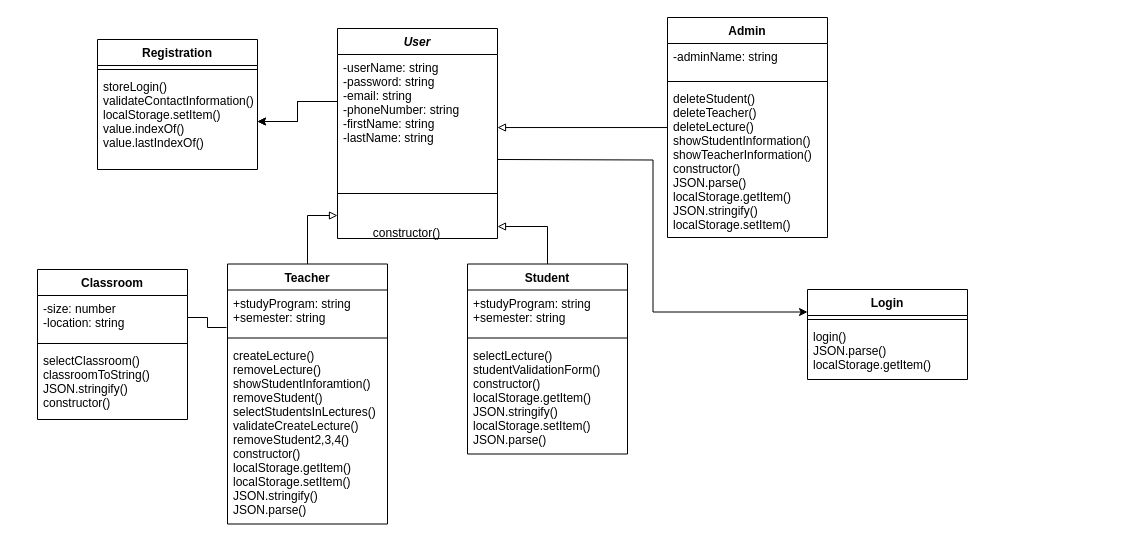
This is StudentTeach.drawio from Niklas107/Gruppeprojekt-1, a draw.io file, before an edit. Source tidied: cells renumbered, new cells numbered last; positions are measured from the earlier drawing's top-left corner, leaving out a move shared by most shapes. Both pictures are drawn from the tidied source at 100%, with x=0, y=0 at pixel (37, 17).
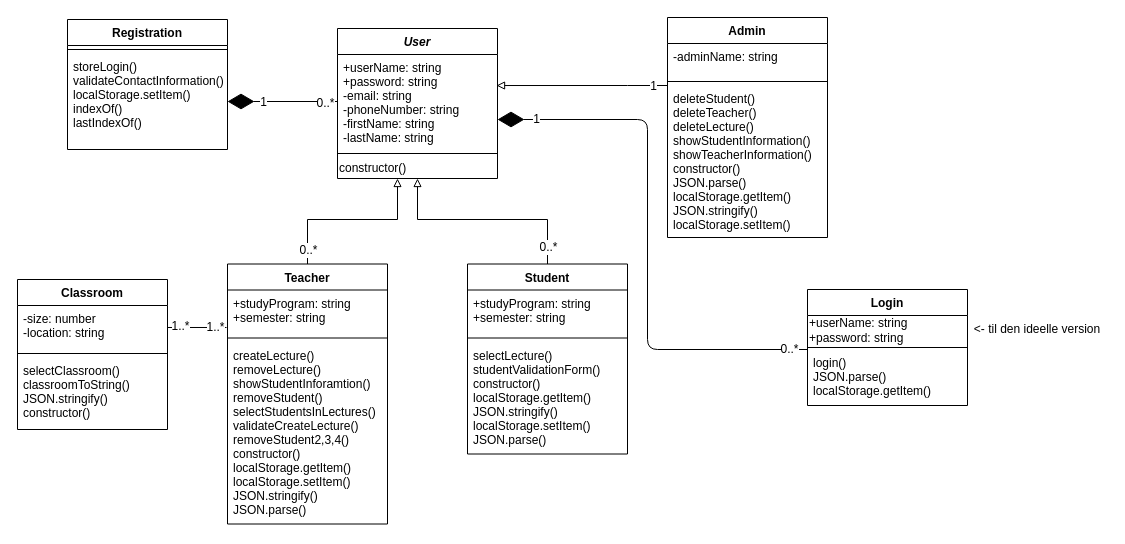
The same diagram, later.

Unchanged cells that the change refers to:
```xml
<mxCell id="8" value="Admin" style="swimlane;fontStyle=1;align=center;verticalAlign=top;horizontal=1;startSize=26;" parent="1" vertex="1">
  <mxGeometry x="630" width="160" height="220" as="geometry" />
</mxCell>
<mxCell id="12" value="Teacher" style="swimlane;fontStyle=1;align=center;verticalAlign=top;horizontal=1;startSize=26;" parent="1" vertex="1">
  <mxGeometry x="190" y="246.5" width="160" height="260" as="geometry" />
</mxCell>
<mxCell id="16" value="Student" style="swimlane;fontStyle=1;align=center;verticalAlign=top;horizontal=1;startSize=26;" parent="1" vertex="1">
  <mxGeometry x="430" y="246.5" width="160" height="190" as="geometry" />
</mxCell>
<mxCell id="33" style="edgeStyle=orthogonalEdgeStyle;rounded=0;jettySize=auto;html=1;entryX=-0.006;entryY=0.852;entryDx=0;entryDy=0;entryPerimeter=0;startArrow=none;startFill=0;endArrow=none;endFill=0;" parent="1" edge="1" source="21" target="13">
  <mxGeometry relative="1" as="geometry" />
</mxCell>
```

What changed in the source:
```diff
@@
     <mxCell id="2" style="edgeStyle=orthogonalEdgeStyle;rounded=0;jettySize=auto;html=1;startArrow=block;startFill=0;endArrow=none;endFill=0;" parent="1" edge="1" source="5" target="16">
       <mxGeometry relative="1" as="geometry">
         <Array as="points">
-          <mxPoint x="380" y="209" />
-          <mxPoint x="510" y="209" />
+          <mxPoint x="380" y="202" />
+          <mxPoint x="510" y="202" />
         </Array>
       </mxGeometry>
     </mxCell>
+    <mxCell id="35" value="0..*" style="text;html=1;align=center;verticalAlign=middle;labelBackgroundColor=#ffffff;" parent="2" vertex="1">
+      <mxGeometry x="0.84" relative="1" as="geometry" />
+    </mxCell>
     <mxCell id="3" style="edgeStyle=orthogonalEdgeStyle;rounded=0;jettySize=auto;html=1;startArrow=block;startFill=0;endArrow=none;endFill=0;" parent="1" edge="1" source="5" target="12">
       <mxGeometry relative="1" as="geometry">
         <Array as="points">
-          <mxPoint x="360" y="198" />
-          <mxPoint x="270" y="198" />
+          <mxPoint x="360" y="202" />
+          <mxPoint x="270" y="202" />
         </Array>
       </mxGeometry>
     </mxCell>
+    <mxCell id="36" value="0..*" style="text;html=1;align=center;verticalAlign=middle;labelBackgroundColor=#ffffff;" parent="3" vertex="1">
+      <mxGeometry x="0.83" relative="1" as="geometry" />
+    </mxCell>
-    <mxCell id="4" style="edgeStyle=orthogonalEdgeStyle;rounded=0;jettySize=auto;html=1;startArrow=block;startFill=0;endArrow=none;endFill=0;exitX=1;exitY=0.777;exitDx=0;exitDy=0;exitPerimeter=0;" parent="1" edge="1" source="6" target="8">
-      <mxGeometry relative="1" as="geometry" />
+    <mxCell id="4" style="edgeStyle=orthogonalEdgeStyle;rounded=0;jettySize=auto;html=1;startArrow=block;startFill=0;endArrow=none;endFill=0;exitX=0.994;exitY=0.33;exitDx=0;exitDy=0;exitPerimeter=0;" parent="1" edge="1" source="6" target="8">
+      <mxGeometry relative="1" as="geometry">
+        <Array as="points">
+          <mxPoint x="590" y="68" />
+          <mxPoint x="590" y="68" />
+        </Array>
+      </mxGeometry>
     </mxCell>
+    <mxCell id="37" value="1" style="text;html=1;align=center;verticalAlign=middle;labelBackgroundColor=#ffffff;" parent="4" vertex="1">
+      <mxGeometry x="0.82" relative="1" as="geometry" />
+    </mxCell>
     <mxCell id="5" value="User" style="swimlane;fontStyle=3;align=center;verticalAlign=top;horizontal=1;startSize=26;" parent="1" vertex="1">
-      <mxGeometry x="300" y="11" width="160" height="210" as="geometry" />
+      <mxGeometry x="300" y="11" width="160" height="150" as="geometry" />
     </mxCell>
-    <mxCell id="6" value="-userName: string&#10;-password: string&#10;-email: string&#10;-phoneNumber: string&#10;-firstName: string&#10;-lastName: string&#10;" style="text;strokeColor=none;fillColor=none;align=left;verticalAlign=top;spacingLeft=4;spacingRight=4;overflow=hidden;points=[[0,0.5],[1,0.5]];portConstraint=eastwest;" parent="5" vertex="1">
+    <mxCell id="6" value="+userName: string&#10;+password: string&#10;-email: string&#10;-phoneNumber: string&#10;-firstName: string&#10;-lastName: string&#10;" style="text;strokeColor=none;fillColor=none;align=left;verticalAlign=top;spacingLeft=4;spacingRight=4;overflow=hidden;points=[[0,0.5],[1,0.5]];portConstraint=eastwest;" parent="5" vertex="1">
       <mxGeometry y="26" width="160" height="94" as="geometry" />
     </mxCell>
     <mxCell id="7" style="line;strokeWidth=1;fillColor=none;align=left;verticalAlign=middle;spacingTop=-1;spacingLeft=3;spacingRight=3;labelPosition=right;" parent="5" vertex="1">
-      <mxGeometry y="120" width="160" height="90" as="geometry" />
+      <mxGeometry y="120" width="160" height="10" as="geometry" />
     </mxCell>
+    <mxCell id="34" value="constructor()" style="text;html=1;align=left;verticalAlign=middle;" parent="5" vertex="1">
+      <mxGeometry y="130" width="160" height="20" as="geometry" />
+    </mxCell>
@@
     <mxCell id="20" value="Classroom" style="swimlane;fontStyle=1;align=center;verticalAlign=top;horizontal=1;startSize=26;" parent="1" vertex="1">
-      <mxGeometry y="252" width="150" height="150" as="geometry" />
+      <mxGeometry x="-20" y="262" width="150" height="150" as="geometry" />
     </mxCell>
@@
     <mxCell id="24" value="Login" style="swimlane;fontStyle=1;align=center;verticalAlign=top;horizontal=1;startSize=26;" parent="1" vertex="1">
-      <mxGeometry x="770" y="272" width="160" height="90" as="geometry" />
+      <mxGeometry x="770" y="272" width="160" height="116" as="geometry" />
     </mxCell>
+    <mxCell id="38" value="+userName: string&lt;br&gt;+password: string" style="text;html=1;align=left;verticalAlign=middle;" parent="24" vertex="1">
+      <mxGeometry y="26" width="160" height="30" as="geometry" />
+    </mxCell>
     <mxCell id="25" style="line;strokeWidth=1;fillColor=none;align=left;verticalAlign=middle;spacingTop=-1;spacingLeft=3;spacingRight=3;labelPosition=right;" parent="24" vertex="1">
-      <mxGeometry y="26" width="160" height="8" as="geometry" />
+      <mxGeometry y="56" width="160" height="4" as="geometry" />
     </mxCell>
     <mxCell id="26" value="login()&#10;JSON.parse()&#10;localStorage.getItem()&#10;" style="text;strokeColor=none;fillColor=none;align=left;verticalAlign=top;spacingLeft=4;spacingRight=4;overflow=hidden;" parent="24" vertex="1">
-      <mxGeometry y="34" width="160" height="56" as="geometry" />
+      <mxGeometry y="60" width="160" height="56" as="geometry" />
     </mxCell>
     <mxCell id="27" value="Registration" style="swimlane;fontStyle=1;align=center;verticalAlign=top;horizontal=1;startSize=26;" parent="1" vertex="1">
-      <mxGeometry x="60" y="22" width="160" height="130" as="geometry" />
+      <mxGeometry x="30" y="2" width="160" height="130" as="geometry" />
     </mxCell>
@@
-    <mxCell id="29" value="storeLogin()&#10;validateContactInformation()&#10;localStorage.setItem()&#10;value.indexOf()&#10;value.lastIndexOf()" style="text;strokeColor=none;fillColor=none;align=left;verticalAlign=top;spacingLeft=4;spacingRight=4;overflow=hidden;points=[[0,0.5],[1,0.5]];portConstraint=eastwest;" parent="27" vertex="1">
+    <mxCell id="29" value="storeLogin()&#10;validateContactInformation()&#10;localStorage.setItem()&#10;indexOf()&#10;lastIndexOf()" style="text;strokeColor=none;fillColor=none;align=left;verticalAlign=top;spacingLeft=4;spacingRight=4;overflow=hidden;points=[[0,0.5],[1,0.5]];portConstraint=eastwest;" parent="27" vertex="1">
       <mxGeometry y="34" width="160" height="96" as="geometry" />
     </mxCell>
-    <mxCell id="30" style="edgeStyle=orthogonalEdgeStyle;rounded=0;jettySize=auto;html=1;" parent="1" edge="1" source="6" target="29">
-      <mxGeometry relative="1" as="geometry" />
-    </mxCell>
-    <mxCell id="31" style="edgeStyle=orthogonalEdgeStyle;rounded=0;jettySize=auto;html=1;" parent="1" edge="1" source="6" target="29">
-      <mxGeometry relative="1" as="geometry" />
-    </mxCell>
-    <mxCell id="32" style="edgeStyle=orthogonalEdgeStyle;rounded=0;jettySize=auto;html=1;entryX=0;entryY=0.25;entryDx=0;entryDy=0;" parent="1" edge="1" target="24">
-      <mxGeometry relative="1" as="geometry">
-        <mxPoint x="460" y="142" as="sourcePoint" />
-      </mxGeometry>
-    </mxCell>
@@
-    <mxCell id="34" value="constructor()" style="text;html=1;align=center;verticalAlign=middle;" parent="1" vertex="1">
-      <mxGeometry x="329" y="206" width="80" height="20" as="geometry" />
-    </mxCell>
+    <mxCell id="39" value="1..*" style="text;html=1;align=center;verticalAlign=middle;labelBackgroundColor=#ffffff;" parent="33" vertex="1">
+      <mxGeometry x="-0.76" y="1" relative="1" as="geometry">
+        <mxPoint x="5" as="offset" />
+      </mxGeometry>
+    </mxCell>
+    <mxCell id="40" value="1..*" style="text;html=1;align=center;verticalAlign=middle;labelBackgroundColor=#ffffff;" parent="33" vertex="1">
+      <mxGeometry x="0.74" relative="1" as="geometry">
+        <mxPoint x="-4" as="offset" />
+      </mxGeometry>
+    </mxCell>
+    <mxCell id="41" value="&amp;lt;- til den ideelle version" style="text;html=1;strokeColor=none;fillColor=none;align=center;verticalAlign=middle;whiteSpace=wrap;rounded=0;" parent="1" vertex="1">
+      <mxGeometry x="930" y="302" width="140" height="20" as="geometry" />
+    </mxCell>
+    <mxCell id="42" style="endArrow=diamondThin;endFill=1;endSize=24;html=1;" parent="1" edge="1">
+      <mxGeometry relative="1" as="geometry">
+        <mxPoint x="770" y="332" as="sourcePoint" />
+        <mxPoint x="460" y="102" as="targetPoint" />
+        <Array as="points">
+          <mxPoint x="610" y="332" />
+          <mxPoint x="610" y="102" />
+        </Array>
+      </mxGeometry>
+    </mxCell>
+    <mxCell id="43" value="1" style="text;html=1;align=center;verticalAlign=middle;labelBackgroundColor=#ffffff;" parent="42" vertex="1">
+      <mxGeometry x="0.86" y="-1" relative="1" as="geometry" />
+    </mxCell>
+    <mxCell id="44" value="0..*" style="text;html=1;align=center;verticalAlign=middle;labelBackgroundColor=#ffffff;" parent="42" vertex="1">
+      <mxGeometry x="-0.93" y="-1" relative="1" as="geometry" />
+    </mxCell>
+    <mxCell id="45" style="endArrow=diamondThin;endFill=1;endSize=24;html=1;exitX=0;exitY=0.5;exitDx=0;exitDy=0;entryX=1;entryY=0.5;entryDx=0;entryDy=0;" parent="1" edge="1" source="6" target="29">
+      <mxGeometry relative="1" as="geometry" />
+    </mxCell>
+    <mxCell id="46" value="0..*" style="text;html=1;align=center;verticalAlign=middle;labelBackgroundColor=#ffffff;" parent="45" vertex="1">
+      <mxGeometry x="-0.82" y="1" relative="1" as="geometry">
+        <mxPoint x="-3" as="offset" />
+      </mxGeometry>
+    </mxCell>
+    <mxCell id="47" value="1" style="text;html=1;align=center;verticalAlign=middle;labelBackgroundColor=#ffffff;" parent="45" vertex="1">
+      <mxGeometry x="0.36" relative="1" as="geometry" />
+    </mxCell>
```
